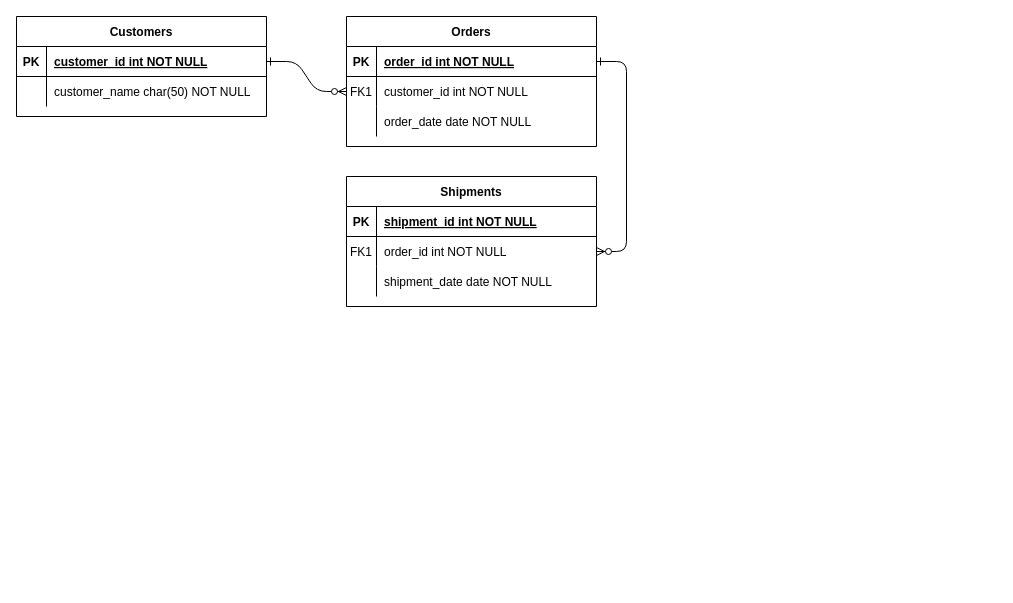
Above: Diagramme sans nom.drawio in YlanBtsCiel/BTS2-CIEL-IR-MCD-2024-2025 (draw.io), before the change. Source tidied: cells renumbered, new cells numbered last; positions are measured from the earlier drawing's top-left corner, leaving out a move shared by most shapes. Both pictures are drawn from the tidied source at 100%, with x=0, y=0 at pixel (16, 16).
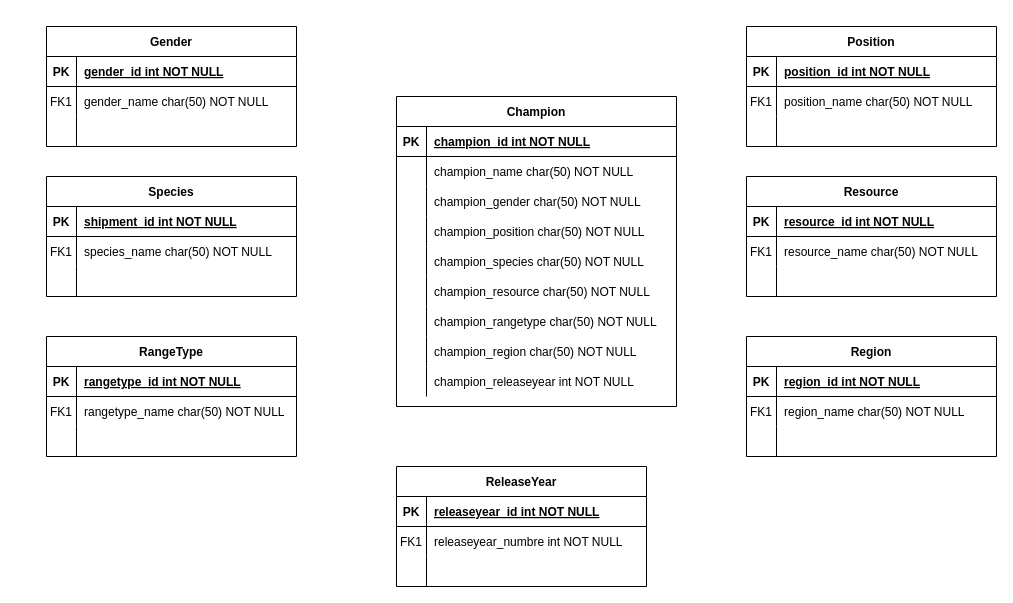
Above is the later version.

The change refers to these unchanged cells:
```xml
<mxCell id="5" style="shape=partialRectangle;fillColor=none;points=[[0,0.5],[1,0.5]];portConstraint=eastwest;top=0;left=0;right=0;bottom=1;" parent="4" vertex="1">
  <mxGeometry y="30" width="250" height="30" as="geometry" />
</mxCell>
<mxCell id="8" style="shape=partialRectangle;fillColor=none;points=[[0,0.5],[1,0.5]];portConstraint=eastwest;top=0;left=0;right=0;bottom=0;" parent="4" vertex="1">
  <mxGeometry y="60" width="250" height="30" as="geometry" />
</mxCell>
<mxCell id="11" style="shape=partialRectangle;fillColor=none;top=0;left=0;right=0;bottom=0;" parent="4" vertex="1">
  <mxGeometry y="90" width="250" height="30" as="geometry" />
</mxCell>
<mxCell id="15" style="shape=partialRectangle;fillColor=none;top=0;left=0;right=0;bottom=1;" parent="14" vertex="1">
  <mxGeometry y="30" width="250" height="30" as="geometry" />
</mxCell>
<mxCell id="18" style="shape=partialRectangle;fillColor=none;points=[[0,0.5],[1,0.5]];portConstraint=eastwest;top=0;left=0;right=0;bottom=0;" parent="14" vertex="1">
  <mxGeometry y="60" width="250" height="30" as="geometry" />
</mxCell>
<mxCell id="21" style="shape=partialRectangle;fillColor=none;top=0;left=0;right=0;bottom=0;" parent="14" vertex="1">
  <mxGeometry y="90" width="250" height="30" as="geometry" />
</mxCell>
```

Change to the diagram source:
```diff
@@
-    <mxCell id="2" style="edgeStyle=entityRelationEdgeStyle;endArrow=ERzeroToMany;startArrow=ERone;endFill=1;startFill=0;" parent="1" edge="1" source="25" target="8">
-      <mxGeometry relative="1" as="geometry" />
-    </mxCell>
-    <mxCell id="3" style="edgeStyle=entityRelationEdgeStyle;endArrow=ERzeroToMany;startArrow=ERone;endFill=1;startFill=0;" parent="1" edge="1" source="5" target="18">
-      <mxGeometry relative="1" as="geometry" />
-    </mxCell>
-    <mxCell id="4" value="Orders" style="shape=table;startSize=30;childLayout=tableLayout;rowLines=0;fontStyle=1;align=center;" parent="1" vertex="1">
-      <mxGeometry x="330" width="250" height="130" as="geometry" />
+    <mxCell id="4" value="Gender" style="shape=table;startSize=30;childLayout=tableLayout;rowLines=0;fontStyle=1;align=center;" parent="1" vertex="1">
+      <mxGeometry x="30" y="10" width="250" height="120" as="geometry" />
     </mxCell>
@@
-    <mxCell id="7" value="order_id int NOT NULL " style="shape=partialRectangle;overflow=hidden;fillColor=none;top=0;left=0;bottom=0;right=0;align=left;spacingLeft=6;fontStyle=5;" parent="5" vertex="1">
+    <mxCell id="7" value="gender_id int NOT NULL " style="shape=partialRectangle;overflow=hidden;fillColor=none;top=0;left=0;bottom=0;right=0;align=left;spacingLeft=6;fontStyle=5;" parent="5" vertex="1">
       <mxGeometry x="30" width="220" height="30" as="geometry" />
     </mxCell>
@@
-    <mxCell id="10" value="customer_id int NOT NULL" style="shape=partialRectangle;overflow=hidden;fillColor=none;top=0;left=0;bottom=0;right=0;align=left;spacingLeft=6;" parent="8" vertex="1">
+    <mxCell id="10" value="gender_name char(50) NOT NULL" style="shape=partialRectangle;overflow=hidden;fillColor=none;top=0;left=0;bottom=0;right=0;align=left;spacingLeft=6;" parent="8" vertex="1">
       <mxGeometry x="30" width="220" height="30" as="geometry" />
     </mxCell>
@@
-    <mxCell id="13" value="order_date date NOT NULL" style="shape=partialRectangle;overflow=hidden;fillColor=none;top=0;left=0;bottom=0;right=0;align=left;spacingLeft=6;" parent="11" vertex="1">
+    <mxCell id="13" style="shape=partialRectangle;overflow=hidden;fillColor=none;top=0;left=0;bottom=0;right=0;align=left;spacingLeft=6;" parent="11" vertex="1">
       <mxGeometry x="30" width="220" height="30" as="geometry" />
     </mxCell>
-    <mxCell id="14" value="Shipments" style="shape=table;startSize=30;childLayout=tableLayout;rowLines=0;fontStyle=1;align=center;" parent="1" vertex="1">
-      <mxGeometry x="330" y="160" width="250" height="130" as="geometry" />
+    <mxCell id="14" value="Position" style="shape=table;startSize=30;childLayout=tableLayout;rowLines=0;fontStyle=1;align=center;" parent="1" vertex="1">
+      <mxGeometry x="730" y="10" width="250" height="120" as="geometry" />
     </mxCell>
@@
-    <mxCell id="17" value="shipment_id int NOT NULL " style="shape=partialRectangle;overflow=hidden;fillColor=none;top=0;left=0;bottom=0;right=0;align=left;spacingLeft=6;fontStyle=5;" parent="15" vertex="1">
+    <mxCell id="17" value="position_id int NOT NULL " style="shape=partialRectangle;overflow=hidden;fillColor=none;top=0;left=0;bottom=0;right=0;align=left;spacingLeft=6;fontStyle=5;" parent="15" vertex="1">
       <mxGeometry x="30" width="220" height="30" as="geometry" />
     </mxCell>
@@
-    <mxCell id="20" value="order_id int NOT NULL" style="shape=partialRectangle;overflow=hidden;fillColor=none;top=0;left=0;bottom=0;right=0;align=left;spacingLeft=6;" parent="18" vertex="1">
+    <mxCell id="20" value="position_name char(50) NOT NULL" style="shape=partialRectangle;overflow=hidden;fillColor=none;top=0;left=0;bottom=0;right=0;align=left;spacingLeft=6;" parent="18" vertex="1">
       <mxGeometry x="30" width="220" height="30" as="geometry" />
     </mxCell>
@@
-    <mxCell id="23" value="shipment_date date NOT NULL" style="shape=partialRectangle;overflow=hidden;fillColor=none;top=0;left=0;bottom=0;right=0;align=left;spacingLeft=6;" parent="21" vertex="1">
+    <mxCell id="23" style="shape=partialRectangle;overflow=hidden;fillColor=none;top=0;left=0;bottom=0;right=0;align=left;spacingLeft=6;" parent="21" vertex="1">
       <mxGeometry x="30" width="220" height="30" as="geometry" />
     </mxCell>
-    <mxCell id="24" value="Customers" style="shape=table;startSize=30;childLayout=tableLayout;rowLines=0;fontStyle=1;align=center;" parent="1" vertex="1">
-      <mxGeometry width="250" height="100" as="geometry" />
+    <mxCell id="24" value="Champion" style="shape=table;startSize=30;childLayout=tableLayout;rowLines=0;fontStyle=1;align=center;" parent="1" vertex="1">
+      <mxGeometry x="380" y="80" width="280" height="310" as="geometry" />
     </mxCell>
     <mxCell id="25" style="shape=partialRectangle;fillColor=none;points=[[0,0.5],[1,0.5]];portConstraint=eastwest;top=0;left=0;right=0;bottom=1;" parent="24" vertex="1">
-      <mxGeometry y="30" width="250" height="30" as="geometry" />
+      <mxGeometry y="30" width="280" height="30" as="geometry" />
     </mxCell>
@@
-    <mxCell id="27" value="customer_id int NOT NULL " style="shape=partialRectangle;overflow=hidden;fillColor=none;top=0;left=0;bottom=0;right=0;align=left;spacingLeft=6;fontStyle=5;" parent="25" vertex="1">
-      <mxGeometry x="30" width="220" height="30" as="geometry" />
+    <mxCell id="27" value="champion_id int NOT NULL " style="shape=partialRectangle;overflow=hidden;fillColor=none;top=0;left=0;bottom=0;right=0;align=left;spacingLeft=6;fontStyle=5;" parent="25" vertex="1">
+      <mxGeometry x="30" width="250" height="30" as="geometry" />
     </mxCell>
     <mxCell id="28" style="shape=partialRectangle;fillColor=none;top=0;left=0;right=0;bottom=0;" parent="24" vertex="1">
-      <mxGeometry y="60" width="250" height="30" as="geometry" />
+      <mxGeometry y="60" width="280" height="30" as="geometry" />
     </mxCell>
@@
-    <mxCell id="30" value="customer_name char(50) NOT NULL" style="shape=partialRectangle;overflow=hidden;fillColor=none;top=0;left=0;bottom=0;right=0;align=left;spacingLeft=6;" parent="28" vertex="1">
-      <mxGeometry x="30" width="220" height="30" as="geometry" />
+    <mxCell id="30" value="champion_name char(50) NOT NULL" style="shape=partialRectangle;overflow=hidden;fillColor=none;top=0;left=0;bottom=0;right=0;align=left;spacingLeft=6;" parent="28" vertex="1">
+      <mxGeometry x="30" width="250" height="30" as="geometry" />
     </mxCell>
+    <mxCell id="31" style="shape=partialRectangle;fillColor=none;top=0;left=0;right=0;bottom=0;" parent="24" vertex="1">
+      <mxGeometry y="90" width="280" height="30" as="geometry" />
+    </mxCell>
+    <mxCell id="32" style="shape=partialRectangle;overflow=hidden;fillColor=none;top=0;left=0;bottom=0;right=0;" parent="31" vertex="1">
+      <mxGeometry width="30" height="30" as="geometry" />
+    </mxCell>
+    <mxCell id="33" value="champion_gender char(50) NOT NULL" style="shape=partialRectangle;overflow=hidden;fillColor=none;top=0;left=0;bottom=0;right=0;align=left;spacingLeft=6;" parent="31" vertex="1">
+      <mxGeometry x="30" width="250" height="30" as="geometry" />
+    </mxCell>
+    <mxCell id="34" style="shape=partialRectangle;fillColor=none;top=0;left=0;right=0;bottom=0;" parent="24" vertex="1">
+      <mxGeometry y="120" width="280" height="30" as="geometry" />
+    </mxCell>
+    <mxCell id="35" style="shape=partialRectangle;overflow=hidden;fillColor=none;top=0;left=0;bottom=0;right=0;" parent="34" vertex="1">
+      <mxGeometry width="30" height="30" as="geometry" />
+    </mxCell>
+    <mxCell id="36" value="champion_position char(50) NOT NULL" style="shape=partialRectangle;overflow=hidden;fillColor=none;top=0;left=0;bottom=0;right=0;align=left;spacingLeft=6;" parent="34" vertex="1">
+      <mxGeometry x="30" width="250" height="30" as="geometry" />
+    </mxCell>
+    <mxCell id="37" style="shape=partialRectangle;fillColor=none;top=0;left=0;right=0;bottom=0;" parent="24" vertex="1">
+      <mxGeometry y="150" width="280" height="30" as="geometry" />
+    </mxCell>
+    <mxCell id="38" style="shape=partialRectangle;overflow=hidden;fillColor=none;top=0;left=0;bottom=0;right=0;" parent="37" vertex="1">
+      <mxGeometry width="30" height="30" as="geometry" />
+    </mxCell>
+    <mxCell id="39" value="champion_species char(50) NOT NULL" style="shape=partialRectangle;overflow=hidden;fillColor=none;top=0;left=0;bottom=0;right=0;align=left;spacingLeft=6;" parent="37" vertex="1">
+      <mxGeometry x="30" width="250" height="30" as="geometry" />
+    </mxCell>
+    <mxCell id="40" style="shape=partialRectangle;fillColor=none;top=0;left=0;right=0;bottom=0;" parent="24" vertex="1">
+      <mxGeometry y="180" width="280" height="30" as="geometry" />
+    </mxCell>
+    <mxCell id="41" style="shape=partialRectangle;overflow=hidden;fillColor=none;top=0;left=0;bottom=0;right=0;" parent="40" vertex="1">
+      <mxGeometry width="30" height="30" as="geometry" />
+    </mxCell>
+    <mxCell id="42" value="champion_resource char(50) NOT NULL" style="shape=partialRectangle;overflow=hidden;fillColor=none;top=0;left=0;bottom=0;right=0;align=left;spacingLeft=6;" parent="40" vertex="1">
+      <mxGeometry x="30" width="250" height="30" as="geometry" />
+    </mxCell>
+    <mxCell id="43" style="shape=partialRectangle;fillColor=none;top=0;left=0;right=0;bottom=0;" parent="24" vertex="1">
+      <mxGeometry y="210" width="280" height="30" as="geometry" />
+    </mxCell>
+    <mxCell id="44" style="shape=partialRectangle;overflow=hidden;fillColor=none;top=0;left=0;bottom=0;right=0;" parent="43" vertex="1">
+      <mxGeometry width="30" height="30" as="geometry" />
+    </mxCell>
+    <mxCell id="45" value="champion_rangetype char(50) NOT NULL" style="shape=partialRectangle;overflow=hidden;fillColor=none;top=0;left=0;bottom=0;right=0;align=left;spacingLeft=6;" parent="43" vertex="1">
+      <mxGeometry x="30" width="250" height="30" as="geometry" />
+    </mxCell>
+    <mxCell id="46" style="shape=partialRectangle;fillColor=none;top=0;left=0;right=0;bottom=0;" parent="24" vertex="1">
+      <mxGeometry y="240" width="280" height="30" as="geometry" />
+    </mxCell>
+    <mxCell id="47" style="shape=partialRectangle;overflow=hidden;fillColor=none;top=0;left=0;bottom=0;right=0;" parent="46" vertex="1">
+      <mxGeometry width="30" height="30" as="geometry" />
+    </mxCell>
+    <mxCell id="48" value="champion_region char(50) NOT NULL" style="shape=partialRectangle;overflow=hidden;fillColor=none;top=0;left=0;bottom=0;right=0;align=left;spacingLeft=6;" parent="46" vertex="1">
+      <mxGeometry x="30" width="250" height="30" as="geometry" />
+    </mxCell>
+    <mxCell id="49" style="shape=partialRectangle;fillColor=none;top=0;left=0;right=0;bottom=0;" parent="24" vertex="1">
+      <mxGeometry y="270" width="280" height="30" as="geometry" />
+    </mxCell>
+    <mxCell id="50" style="shape=partialRectangle;overflow=hidden;fillColor=none;top=0;left=0;bottom=0;right=0;" parent="49" vertex="1">
+      <mxGeometry width="30" height="30" as="geometry" />
+    </mxCell>
+    <mxCell id="51" value="champion_releaseyear int NOT NULL" style="shape=partialRectangle;overflow=hidden;fillColor=none;top=0;left=0;bottom=0;right=0;align=left;spacingLeft=6;" parent="49" vertex="1">
+      <mxGeometry x="30" width="250" height="30" as="geometry" />
+    </mxCell>
+    <mxCell id="52" value="Species" style="shape=table;startSize=30;childLayout=tableLayout;rowLines=0;fontStyle=1;align=center;" parent="1" vertex="1">
+      <mxGeometry x="30" y="160" width="250" height="120" as="geometry" />
+    </mxCell>
+    <mxCell id="53" style="shape=partialRectangle;fillColor=none;top=0;left=0;right=0;bottom=1;" parent="52" vertex="1">
+      <mxGeometry y="30" width="250" height="30" as="geometry" />
+    </mxCell>
+    <mxCell id="54" value="PK" style="shape=partialRectangle;overflow=hidden;fillColor=none;top=0;left=0;bottom=0;right=0;fontStyle=1;" parent="53" vertex="1">
+      <mxGeometry width="30" height="30" as="geometry" />
+    </mxCell>
+    <mxCell id="55" value="shipment_id int NOT NULL " style="shape=partialRectangle;overflow=hidden;fillColor=none;top=0;left=0;bottom=0;right=0;align=left;spacingLeft=6;fontStyle=5;" parent="53" vertex="1">
+      <mxGeometry x="30" width="220" height="30" as="geometry" />
+    </mxCell>
+    <mxCell id="56" style="shape=partialRectangle;fillColor=none;top=0;left=0;right=0;bottom=0;" parent="52" vertex="1">
+      <mxGeometry y="60" width="250" height="30" as="geometry" />
+    </mxCell>
+    <mxCell id="57" value="FK1" style="shape=partialRectangle;overflow=hidden;fillColor=none;top=0;left=0;bottom=0;right=0;" parent="56" vertex="1">
+      <mxGeometry width="30" height="30" as="geometry" />
+    </mxCell>
+    <mxCell id="58" value="species_name char(50) NOT NULL" style="shape=partialRectangle;overflow=hidden;fillColor=none;top=0;left=0;bottom=0;right=0;align=left;spacingLeft=6;" parent="56" vertex="1">
+      <mxGeometry x="30" width="220" height="30" as="geometry" />
+    </mxCell>
+    <mxCell id="59" style="shape=partialRectangle;fillColor=none;top=0;left=0;right=0;bottom=0;" parent="52" vertex="1">
+      <mxGeometry y="90" width="250" height="30" as="geometry" />
+    </mxCell>
+    <mxCell id="60" style="shape=partialRectangle;overflow=hidden;fillColor=none;top=0;left=0;bottom=0;right=0;" parent="59" vertex="1">
+      <mxGeometry width="30" height="30" as="geometry" />
+    </mxCell>
+    <mxCell id="61" style="shape=partialRectangle;overflow=hidden;fillColor=none;top=0;left=0;bottom=0;right=0;align=left;spacingLeft=6;" parent="59" vertex="1">
+      <mxGeometry x="30" width="220" height="30" as="geometry" />
+    </mxCell>
+    <mxCell id="62" value="Resource" style="shape=table;startSize=30;childLayout=tableLayout;rowLines=0;fontStyle=1;align=center;" parent="1" vertex="1">
+      <mxGeometry x="730" y="160" width="250" height="120" as="geometry" />
+    </mxCell>
+    <mxCell id="63" style="shape=partialRectangle;fillColor=none;top=0;left=0;right=0;bottom=1;" parent="62" vertex="1">
+      <mxGeometry y="30" width="250" height="30" as="geometry" />
+    </mxCell>
+    <mxCell id="64" value="PK" style="shape=partialRectangle;overflow=hidden;fillColor=none;top=0;left=0;bottom=0;right=0;fontStyle=1;" parent="63" vertex="1">
+      <mxGeometry width="30" height="30" as="geometry" />
+    </mxCell>
+    <mxCell id="65" value="resource_id int NOT NULL " style="shape=partialRectangle;overflow=hidden;fillColor=none;top=0;left=0;bottom=0;right=0;align=left;spacingLeft=6;fontStyle=5;" parent="63" vertex="1">
+      <mxGeometry x="30" width="220" height="30" as="geometry" />
+    </mxCell>
+    <mxCell id="66" style="shape=partialRectangle;fillColor=none;top=0;left=0;right=0;bottom=0;" parent="62" vertex="1">
+      <mxGeometry y="60" width="250" height="30" as="geometry" />
+    </mxCell>
+    <mxCell id="67" value="FK1" style="shape=partialRectangle;overflow=hidden;fillColor=none;top=0;left=0;bottom=0;right=0;" parent="66" vertex="1">
+      <mxGeometry width="30" height="30" as="geometry" />
+    </mxCell>
+    <mxCell id="68" value="resource_name char(50) NOT NULL" style="shape=partialRectangle;overflow=hidden;fillColor=none;top=0;left=0;bottom=0;right=0;align=left;spacingLeft=6;" parent="66" vertex="1">
+      <mxGeometry x="30" width="220" height="30" as="geometry" />
+    </mxCell>
+    <mxCell id="69" style="shape=partialRectangle;fillColor=none;top=0;left=0;right=0;bottom=0;" parent="62" vertex="1">
+      <mxGeometry y="90" width="250" height="30" as="geometry" />
+    </mxCell>
+    <mxCell id="70" style="shape=partialRectangle;overflow=hidden;fillColor=none;top=0;left=0;bottom=0;right=0;" parent="69" vertex="1">
+      <mxGeometry width="30" height="30" as="geometry" />
+    </mxCell>
+    <mxCell id="71" style="shape=partialRectangle;overflow=hidden;fillColor=none;top=0;left=0;bottom=0;right=0;align=left;spacingLeft=6;" parent="69" vertex="1">
+      <mxGeometry x="30" width="220" height="30" as="geometry" />
+    </mxCell>
+    <mxCell id="72" value="RangeType" style="shape=table;startSize=30;childLayout=tableLayout;rowLines=0;fontStyle=1;align=center;" parent="1" vertex="1">
+      <mxGeometry x="30" y="320" width="250" height="120" as="geometry" />
+    </mxCell>
+    <mxCell id="73" style="shape=partialRectangle;fillColor=none;top=0;left=0;right=0;bottom=1;" parent="72" vertex="1">
+      <mxGeometry y="30" width="250" height="30" as="geometry" />
+    </mxCell>
+    <mxCell id="74" value="PK" style="shape=partialRectangle;overflow=hidden;fillColor=none;top=0;left=0;bottom=0;right=0;fontStyle=1;" parent="73" vertex="1">
+      <mxGeometry width="30" height="30" as="geometry" />
+    </mxCell>
+    <mxCell id="75" value="rangetype_id int NOT NULL " style="shape=partialRectangle;overflow=hidden;fillColor=none;top=0;left=0;bottom=0;right=0;align=left;spacingLeft=6;fontStyle=5;" parent="73" vertex="1">
+      <mxGeometry x="30" width="220" height="30" as="geometry" />
+    </mxCell>
+    <mxCell id="76" style="shape=partialRectangle;fillColor=none;top=0;left=0;right=0;bottom=0;" parent="72" vertex="1">
+      <mxGeometry y="60" width="250" height="30" as="geometry" />
+    </mxCell>
+    <mxCell id="77" value="FK1" style="shape=partialRectangle;overflow=hidden;fillColor=none;top=0;left=0;bottom=0;right=0;" parent="76" vertex="1">
+      <mxGeometry width="30" height="30" as="geometry" />
+    </mxCell>
+    <mxCell id="78" value="rangetype_name char(50) NOT NULL" style="shape=partialRectangle;overflow=hidden;fillColor=none;top=0;left=0;bottom=0;right=0;align=left;spacingLeft=6;" parent="76" vertex="1">
+      <mxGeometry x="30" width="220" height="30" as="geometry" />
+    </mxCell>
+    <mxCell id="79" style="shape=partialRectangle;fillColor=none;top=0;left=0;right=0;bottom=0;" parent="72" vertex="1">
+      <mxGeometry y="90" width="250" height="30" as="geometry" />
+    </mxCell>
+    <mxCell id="80" style="shape=partialRectangle;overflow=hidden;fillColor=none;top=0;left=0;bottom=0;right=0;" parent="79" vertex="1">
+      <mxGeometry width="30" height="30" as="geometry" />
+    </mxCell>
+    <mxCell id="81" style="shape=partialRectangle;overflow=hidden;fillColor=none;top=0;left=0;bottom=0;right=0;align=left;spacingLeft=6;" parent="79" vertex="1">
+      <mxGeometry x="30" width="220" height="30" as="geometry" />
+    </mxCell>
+    <mxCell id="82" value="Region" style="shape=table;startSize=30;childLayout=tableLayout;rowLines=0;fontStyle=1;align=center;" parent="1" vertex="1">
+      <mxGeometry x="730" y="320" width="250" height="120" as="geometry" />
+    </mxCell>
+    <mxCell id="83" style="shape=partialRectangle;fillColor=none;top=0;left=0;right=0;bottom=1;" parent="82" vertex="1">
+      <mxGeometry y="30" width="250" height="30" as="geometry" />
+    </mxCell>
+    <mxCell id="84" value="PK" style="shape=partialRectangle;overflow=hidden;fillColor=none;top=0;left=0;bottom=0;right=0;fontStyle=1;" parent="83" vertex="1">
+      <mxGeometry width="30" height="30" as="geometry" />
+    </mxCell>
+    <mxCell id="85" value="region_id int NOT NULL " style="shape=partialRectangle;overflow=hidden;fillColor=none;top=0;left=0;bottom=0;right=0;align=left;spacingLeft=6;fontStyle=5;" parent="83" vertex="1">
+      <mxGeometry x="30" width="220" height="30" as="geometry" />
+    </mxCell>
+    <mxCell id="86" style="shape=partialRectangle;fillColor=none;top=0;left=0;right=0;bottom=0;" parent="82" vertex="1">
+      <mxGeometry y="60" width="250" height="30" as="geometry" />
+    </mxCell>
+    <mxCell id="87" value="FK1" style="shape=partialRectangle;overflow=hidden;fillColor=none;top=0;left=0;bottom=0;right=0;" parent="86" vertex="1">
+      <mxGeometry width="30" height="30" as="geometry" />
+    </mxCell>
+    <mxCell id="88" value="region_name char(50) NOT NULL" style="shape=partialRectangle;overflow=hidden;fillColor=none;top=0;left=0;bottom=0;right=0;align=left;spacingLeft=6;" parent="86" vertex="1">
+      <mxGeometry x="30" width="220" height="30" as="geometry" />
+    </mxCell>
+    <mxCell id="89" style="shape=partialRectangle;fillColor=none;top=0;left=0;right=0;bottom=0;" parent="82" vertex="1">
+      <mxGeometry y="90" width="250" height="30" as="geometry" />
+    </mxCell>
+    <mxCell id="90" style="shape=partialRectangle;overflow=hidden;fillColor=none;top=0;left=0;bottom=0;right=0;" parent="89" vertex="1">
+      <mxGeometry width="30" height="30" as="geometry" />
+    </mxCell>
+    <mxCell id="91" style="shape=partialRectangle;overflow=hidden;fillColor=none;top=0;left=0;bottom=0;right=0;align=left;spacingLeft=6;" parent="89" vertex="1">
+      <mxGeometry x="30" width="220" height="30" as="geometry" />
+    </mxCell>
+    <mxCell id="92" value="ReleaseYear" style="shape=table;startSize=30;childLayout=tableLayout;rowLines=0;fontStyle=1;align=center;" parent="1" vertex="1">
+      <mxGeometry x="380" y="450" width="250" height="120" as="geometry" />
+    </mxCell>
+    <mxCell id="93" style="shape=partialRectangle;fillColor=none;top=0;left=0;right=0;bottom=1;" parent="92" vertex="1">
+      <mxGeometry y="30" width="250" height="30" as="geometry" />
+    </mxCell>
+    <mxCell id="94" value="PK" style="shape=partialRectangle;overflow=hidden;fillColor=none;top=0;left=0;bottom=0;right=0;fontStyle=1;" parent="93" vertex="1">
+      <mxGeometry width="30" height="30" as="geometry" />
+    </mxCell>
+    <mxCell id="95" value="releaseyear_id int NOT NULL " style="shape=partialRectangle;overflow=hidden;fillColor=none;top=0;left=0;bottom=0;right=0;align=left;spacingLeft=6;fontStyle=5;" parent="93" vertex="1">
+      <mxGeometry x="30" width="220" height="30" as="geometry" />
+    </mxCell>
+    <mxCell id="96" style="shape=partialRectangle;fillColor=none;top=0;left=0;right=0;bottom=0;" parent="92" vertex="1">
+      <mxGeometry y="60" width="250" height="30" as="geometry" />
+    </mxCell>
+    <mxCell id="97" value="FK1" style="shape=partialRectangle;overflow=hidden;fillColor=none;top=0;left=0;bottom=0;right=0;" parent="96" vertex="1">
+      <mxGeometry width="30" height="30" as="geometry" />
+    </mxCell>
+    <mxCell id="98" value="releaseyear_numbre int NOT NULL" style="shape=partialRectangle;overflow=hidden;fillColor=none;top=0;left=0;bottom=0;right=0;align=left;spacingLeft=6;" parent="96" vertex="1">
+      <mxGeometry x="30" width="220" height="30" as="geometry" />
+    </mxCell>
+    <mxCell id="99" style="shape=partialRectangle;fillColor=none;top=0;left=0;right=0;bottom=0;" parent="92" vertex="1">
+      <mxGeometry y="90" width="250" height="30" as="geometry" />
+    </mxCell>
+    <mxCell id="100" style="shape=partialRectangle;overflow=hidden;fillColor=none;top=0;left=0;bottom=0;right=0;" parent="99" vertex="1">
+      <mxGeometry width="30" height="30" as="geometry" />
+    </mxCell>
+    <mxCell id="101" style="shape=partialRectangle;overflow=hidden;fillColor=none;top=0;left=0;bottom=0;right=0;align=left;spacingLeft=6;" parent="99" vertex="1">
+      <mxGeometry x="30" width="220" height="30" as="geometry" />
+    </mxCell>
```
